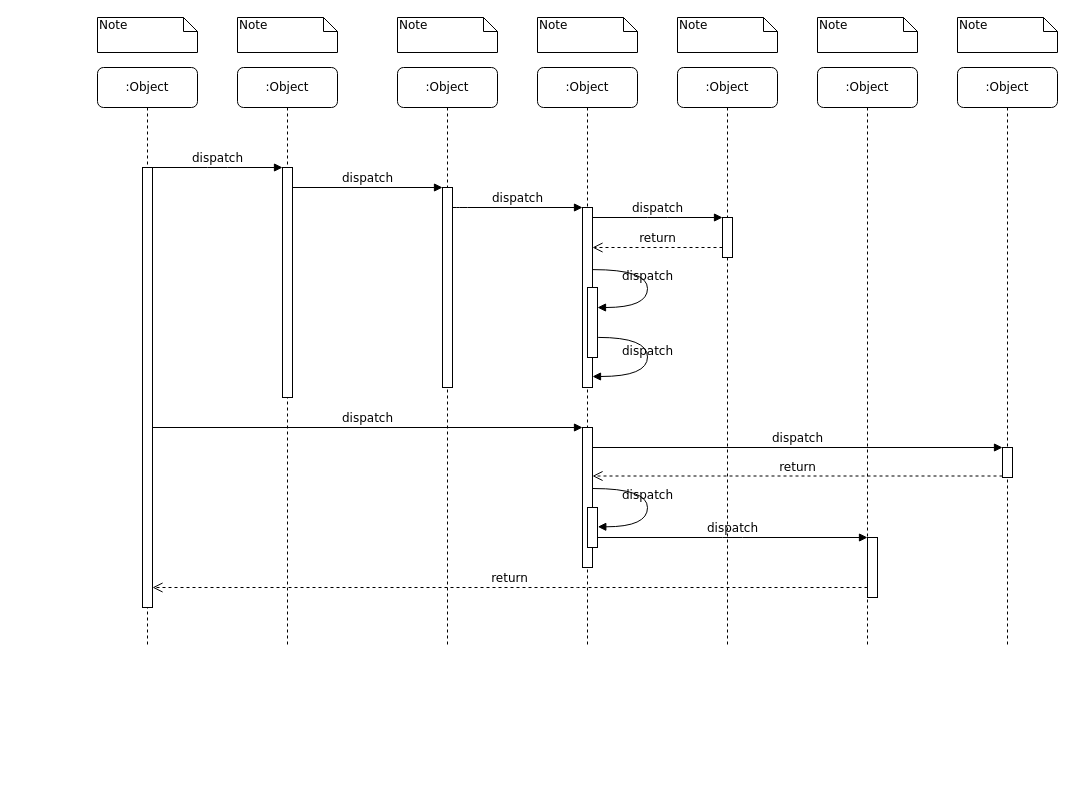
Above: MBIM.drawio in liuhongkang/paper (draw.io), before the change. Source tidied: cells renumbered, new cells numbered last; positions are measured from the earlier drawing's top-left corner, leaving out a move shared by most shapes. Both pictures are drawn from the tidied source at 100%, with x=0, y=0 at pixel (97, 17).
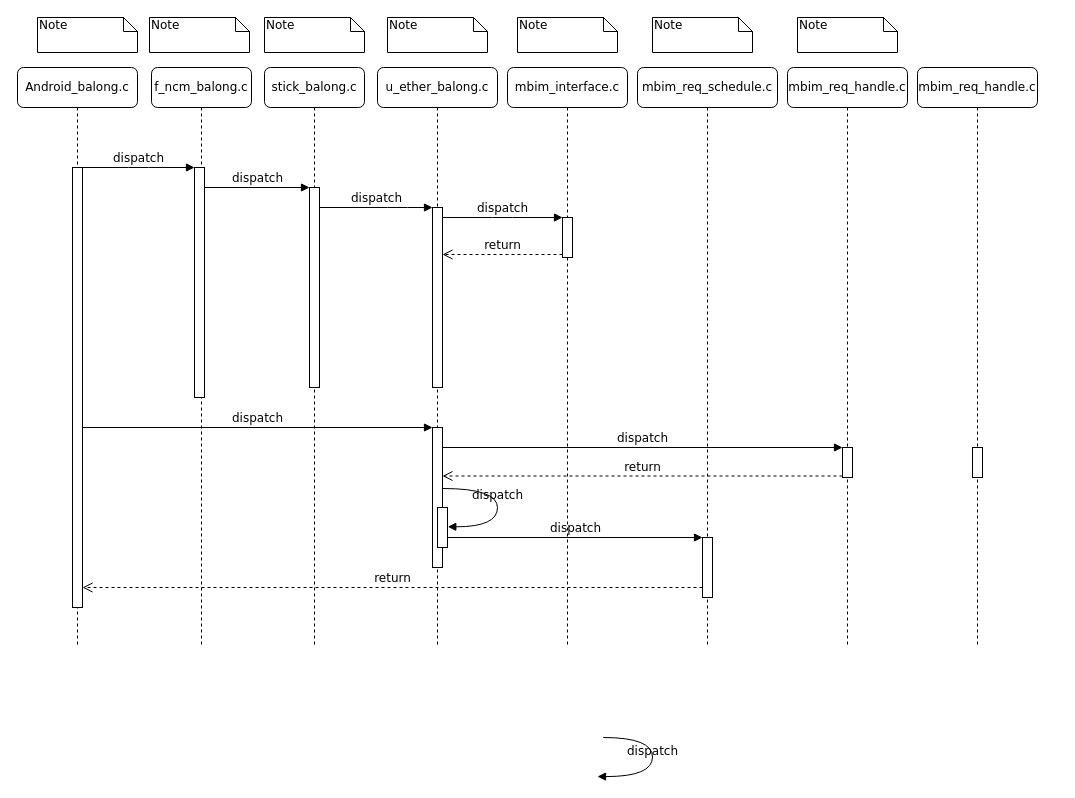
The same diagram, later.

Unchanged cells that the change refers to:
```xml
<mxCell id="5" style="html=1;points=[];perimeter=orthogonalPerimeter;rounded=0;shadow=0;comic=0;labelBackgroundColor=none;strokeWidth=1;fontFamily=Verdana;fontSize=12;align=center;" parent="4" vertex="1">
  <mxGeometry x="45" y="120" width="10" height="200" as="geometry" />
</mxCell>
```

What changed in the source:
```diff
@@
-    <mxCell id="2" value=":Object" style="shape=umlLifeline;perimeter=lifelinePerimeter;whiteSpace=wrap;html=1;rounded=1;shadow=0;comic=0;labelBackgroundColor=none;strokeWidth=1;fontFamily=Verdana;fontSize=12;align=center;" parent="1" vertex="1">
-      <mxGeometry x="140" y="50" width="100" height="580" as="geometry" />
+    <mxCell id="2" value="f_ncm_balong.c" style="shape=umlLifeline;perimeter=lifelinePerimeter;whiteSpace=wrap;html=1;rounded=1;shadow=0;comic=0;labelBackgroundColor=none;strokeWidth=1;fontFamily=Verdana;fontSize=12;align=center;" parent="1" vertex="1">
+      <mxGeometry x="54" y="50" width="100" height="580" as="geometry" />
     </mxCell>
     <mxCell id="3" style="html=1;points=[];perimeter=orthogonalPerimeter;rounded=0;shadow=0;comic=0;labelBackgroundColor=none;strokeWidth=1;fontFamily=Verdana;fontSize=12;align=center;" parent="2" vertex="1">
-      <mxGeometry x="45" y="100" width="10" height="230" as="geometry" />
+      <mxGeometry x="43" y="100" width="10" height="230" as="geometry" />
     </mxCell>
-    <mxCell id="4" value=":Object" style="shape=umlLifeline;perimeter=lifelinePerimeter;whiteSpace=wrap;html=1;rounded=1;shadow=0;comic=0;labelBackgroundColor=none;strokeWidth=1;fontFamily=Verdana;fontSize=12;align=center;" parent="1" vertex="1">
-      <mxGeometry x="300" y="50" width="100" height="580" as="geometry" />
+    <mxCell id="4" value="stick_balong.c" style="shape=umlLifeline;perimeter=lifelinePerimeter;whiteSpace=wrap;html=1;rounded=1;shadow=0;comic=0;labelBackgroundColor=none;strokeWidth=1;fontFamily=Verdana;fontSize=12;align=center;" parent="1" vertex="1">
+      <mxGeometry x="167" y="50" width="100" height="580" as="geometry" />
     </mxCell>
@@
-    <mxCell id="6" value=":Object" style="shape=umlLifeline;perimeter=lifelinePerimeter;whiteSpace=wrap;html=1;rounded=1;shadow=0;comic=0;labelBackgroundColor=none;strokeWidth=1;fontFamily=Verdana;fontSize=12;align=center;" parent="1" vertex="1">
-      <mxGeometry x="440" y="50" width="100" height="580" as="geometry" />
+    <mxCell id="6" value="u_ether_balong.c" style="shape=umlLifeline;perimeter=lifelinePerimeter;whiteSpace=wrap;html=1;rounded=1;shadow=0;comic=0;labelBackgroundColor=none;strokeWidth=1;fontFamily=Verdana;fontSize=12;align=center;" parent="1" vertex="1">
+      <mxGeometry x="280" y="50" width="120" height="580" as="geometry" />
     </mxCell>
-    <mxCell id="7" value=":Object" style="shape=umlLifeline;perimeter=lifelinePerimeter;whiteSpace=wrap;html=1;rounded=1;shadow=0;comic=0;labelBackgroundColor=none;strokeWidth=1;fontFamily=Verdana;fontSize=12;align=center;" parent="1" vertex="1">
-      <mxGeometry x="580" y="50" width="100" height="580" as="geometry" />
+    <mxCell id="7" value="mbim_interface.c" style="shape=umlLifeline;perimeter=lifelinePerimeter;whiteSpace=wrap;html=1;rounded=1;shadow=0;comic=0;labelBackgroundColor=none;strokeWidth=1;fontFamily=Verdana;fontSize=12;align=center;" parent="1" vertex="1">
+      <mxGeometry x="410" y="50" width="120" height="580" as="geometry" />
     </mxCell>
-    <mxCell id="8" value=":Object" style="shape=umlLifeline;perimeter=lifelinePerimeter;whiteSpace=wrap;html=1;rounded=1;shadow=0;comic=0;labelBackgroundColor=none;strokeWidth=1;fontFamily=Verdana;fontSize=12;align=center;" parent="1" vertex="1">
-      <mxGeometry x="720" y="50" width="100" height="580" as="geometry" />
+    <mxCell id="8" value="mbim_req_schedule.c" style="shape=umlLifeline;perimeter=lifelinePerimeter;whiteSpace=wrap;html=1;rounded=1;shadow=0;comic=0;labelBackgroundColor=none;strokeWidth=1;fontFamily=Verdana;fontSize=12;align=center;" parent="1" vertex="1">
+      <mxGeometry x="540" y="50" width="140" height="580" as="geometry" />
     </mxCell>
-    <mxCell id="9" value=":Object" style="shape=umlLifeline;perimeter=lifelinePerimeter;whiteSpace=wrap;html=1;rounded=1;shadow=0;comic=0;labelBackgroundColor=none;strokeWidth=1;fontFamily=Verdana;fontSize=12;align=center;" parent="1" vertex="1">
-      <mxGeometry x="860" y="50" width="100" height="580" as="geometry" />
+    <mxCell id="9" value="mbim_req_handle.c" style="shape=umlLifeline;perimeter=lifelinePerimeter;whiteSpace=wrap;html=1;rounded=1;shadow=0;comic=0;labelBackgroundColor=none;strokeWidth=1;fontFamily=Verdana;fontSize=12;align=center;" parent="1" vertex="1">
+      <mxGeometry x="690" y="50" width="120" height="580" as="geometry" />
     </mxCell>
-    <mxCell id="10" value=":Object" style="shape=umlLifeline;perimeter=lifelinePerimeter;whiteSpace=wrap;html=1;rounded=1;shadow=0;comic=0;labelBackgroundColor=none;strokeWidth=1;fontFamily=Verdana;fontSize=12;align=center;" parent="1" vertex="1">
-      <mxGeometry y="50" width="100" height="580" as="geometry" />
+    <mxCell id="10" value="Android_balong.c" style="shape=umlLifeline;perimeter=lifelinePerimeter;whiteSpace=wrap;html=1;rounded=1;shadow=0;comic=0;labelBackgroundColor=none;strokeWidth=1;fontFamily=Verdana;fontSize=12;align=center;" parent="1" vertex="1">
+      <mxGeometry x="-80" y="50" width="120" height="580" as="geometry" />
     </mxCell>
     <mxCell id="11" style="html=1;points=[];perimeter=orthogonalPerimeter;rounded=0;shadow=0;comic=0;labelBackgroundColor=none;strokeWidth=1;fontFamily=Verdana;fontSize=12;align=center;" parent="10" vertex="1">
-      <mxGeometry x="45" y="100" width="10" height="440" as="geometry" />
+      <mxGeometry x="55" y="100" width="10" height="440" as="geometry" />
     </mxCell>
     <mxCell id="12" style="html=1;points=[];perimeter=orthogonalPerimeter;rounded=0;shadow=0;comic=0;labelBackgroundColor=none;strokeWidth=1;fontFamily=Verdana;fontSize=12;align=center;" parent="1" vertex="1">
-      <mxGeometry x="485" y="190" width="10" height="180" as="geometry" />
+      <mxGeometry x="335" y="190" width="10" height="180" as="geometry" />
     </mxCell>
     <mxCell id="13" value="dispatch" style="html=1;verticalAlign=bottom;endArrow=block;labelBackgroundColor=none;fontFamily=Verdana;fontSize=12;edgeStyle=elbowEdgeStyle;elbow=vertical;" parent="1" edge="1" source="5" target="12">
       <mxGeometry relative="1" as="geometry">
         <Array as="points">
-          <mxPoint x="360" y="190" />
+          <mxPoint x="300" y="190" />
         </Array>
       </mxGeometry>
     </mxCell>
     <mxCell id="14" style="html=1;points=[];perimeter=orthogonalPerimeter;rounded=0;shadow=0;comic=0;labelBackgroundColor=none;strokeWidth=1;fontFamily=Verdana;fontSize=12;align=center;" parent="1" vertex="1">
-      <mxGeometry x="625" y="200" width="10" height="40" as="geometry" />
+      <mxGeometry x="465" y="200" width="10" height="40" as="geometry" />
     </mxCell>
@@
-    <mxCell id="16" value="return" style="html=1;verticalAlign=bottom;endArrow=open;dashed=1;endSize=8;labelBackgroundColor=none;fontFamily=Verdana;fontSize=12;edgeStyle=elbowEdgeStyle;elbow=vertical;" parent="1" edge="1" source="14" target="12">
+    <mxCell id="16" value="return" style="html=1;verticalAlign=bottom;endArrow=open;dashed=1;endSize=8;labelBackgroundColor=none;fontFamily=Verdana;fontSize=12;edgeStyle=elbowEdgeStyle;elbow=vertical;exitX=0;exitY=0.925;exitDx=0;exitDy=0;exitPerimeter=0;" parent="1" edge="1" source="14" target="12">
       <mxGeometry relative="1" as="geometry">
         <Array as="points">
-          <mxPoint x="570" y="230" />
-          <mxPoint x="600" y="230" />
+          <mxPoint x="400" y="237" />
+          <mxPoint x="410" y="226" />
+          <mxPoint x="510" y="230" />
+          <mxPoint x="540" y="230" />
         </Array>
       </mxGeometry>
     </mxCell>
     <mxCell id="17" style="html=1;points=[];perimeter=orthogonalPerimeter;rounded=0;shadow=0;comic=0;labelBackgroundColor=none;strokeWidth=1;fontFamily=Verdana;fontSize=12;align=center;" parent="1" vertex="1">
-      <mxGeometry x="485" y="410" width="10" height="140" as="geometry" />
+      <mxGeometry x="335" y="410" width="10" height="140" as="geometry" />
     </mxCell>
@@
     <mxCell id="19" style="html=1;points=[];perimeter=orthogonalPerimeter;rounded=0;shadow=0;comic=0;labelBackgroundColor=none;strokeColor=#000000;strokeWidth=1;fillColor=#FFFFFF;fontFamily=Verdana;fontSize=12;fontColor=#000000;align=center;" parent="1" vertex="1">
-      <mxGeometry x="905" y="430" width="10" height="30" as="geometry" />
+      <mxGeometry x="745" y="430" width="10" height="30" as="geometry" />
     </mxCell>
@@
     <mxCell id="22" style="html=1;points=[];perimeter=orthogonalPerimeter;rounded=0;shadow=0;comic=0;labelBackgroundColor=none;strokeWidth=1;fontFamily=Verdana;fontSize=12;align=center;" parent="1" vertex="1">
-      <mxGeometry x="770" y="520" width="10" height="60" as="geometry" />
+      <mxGeometry x="605" y="520" width="10" height="60" as="geometry" />
     </mxCell>
@@
     <mxCell id="24" value="return" style="html=1;verticalAlign=bottom;endArrow=open;dashed=1;endSize=8;labelBackgroundColor=none;fontFamily=Verdana;fontSize=12;edgeStyle=elbowEdgeStyle;elbow=vertical;" parent="1" edge="1" source="22" target="11">
       <mxGeometry relative="1" as="geometry">
         <Array as="points">
-          <mxPoint x="470" y="570" />
+          <mxPoint x="410" y="570" />
         </Array>
       </mxGeometry>
     </mxCell>
@@
-    <mxCell id="27" style="html=1;points=[];perimeter=orthogonalPerimeter;rounded=0;shadow=0;comic=0;labelBackgroundColor=none;strokeWidth=1;fontFamily=Verdana;fontSize=12;align=center;" parent="1" vertex="1">
-      <mxGeometry x="490" y="270" width="10" height="70" as="geometry" />
-    </mxCell>
-    <mxCell id="28" value="dispatch" style="html=1;verticalAlign=bottom;endArrow=block;labelBackgroundColor=none;fontFamily=Verdana;fontSize=12;elbow=vertical;edgeStyle=orthogonalEdgeStyle;curved=1;entryX=1;entryY=0.286;entryPerimeter=0;exitX=1.038;exitY=0.345;exitPerimeter=0;" parent="1" edge="1" source="12" target="27">
-      <mxGeometry relative="1" as="geometry">
-        <Array as="points">
-          <mxPoint x="550" y="252" />
-          <mxPoint x="550" y="290" />
-        </Array>
-      </mxGeometry>
-    </mxCell>
-    <mxCell id="29" value="dispatch" style="html=1;verticalAlign=bottom;endArrow=block;labelBackgroundColor=none;fontFamily=Verdana;fontSize=12;elbow=vertical;edgeStyle=orthogonalEdgeStyle;curved=1;exitX=1.066;exitY=0.713;exitPerimeter=0;" parent="1" edge="1" source="27">
-      <mxGeometry relative="1" as="geometry">
-        <mxPoint x="495" y="359" as="targetPoint" />
-        <Array as="points">
-          <mxPoint x="550" y="320" />
-          <mxPoint x="550" y="359" />
-        </Array>
-      </mxGeometry>
-    </mxCell>
     <mxCell id="30" style="html=1;points=[];perimeter=orthogonalPerimeter;rounded=0;shadow=0;comic=0;labelBackgroundColor=none;strokeWidth=1;fontFamily=Verdana;fontSize=12;align=center;" parent="1" vertex="1">
-      <mxGeometry x="490" y="490" width="10" height="40" as="geometry" />
+      <mxGeometry x="340" y="490" width="10" height="40" as="geometry" />
     </mxCell>
     <mxCell id="31" value="dispatch" style="html=1;verticalAlign=bottom;endArrow=block;labelBackgroundColor=none;fontFamily=Verdana;fontSize=12;elbow=vertical;edgeStyle=orthogonalEdgeStyle;curved=1;entryX=1;entryY=0.286;entryPerimeter=0;exitX=1.038;exitY=0.345;exitPerimeter=0;" parent="1" edge="1">
       <mxGeometry relative="1" as="geometry">
-        <mxPoint x="495.3" y="471" as="sourcePoint" />
-        <mxPoint x="500.3" y="509.3" as="targetPoint" />
+        <mxPoint x="345.3" y="471" as="sourcePoint" />
+        <mxPoint x="350.3" y="509.3" as="targetPoint" />
         <Array as="points">
-          <mxPoint x="550" y="471" />
-          <mxPoint x="550" y="509" />
+          <mxPoint x="400" y="471" />
+          <mxPoint x="400" y="509" />
         </Array>
       </mxGeometry>
     </mxCell>
     <mxCell id="32" value="Note" style="shape=note;whiteSpace=wrap;html=1;size=14;verticalAlign=top;align=left;spacingTop=-6;rounded=0;shadow=0;comic=0;labelBackgroundColor=none;strokeWidth=1;fontFamily=Verdana;fontSize=12;" parent="1" vertex="1">
-      <mxGeometry width="100" height="35" as="geometry" />
+      <mxGeometry x="-60" width="100" height="35" as="geometry" />
     </mxCell>
     <mxCell id="33" value="Note" style="shape=note;whiteSpace=wrap;html=1;size=14;verticalAlign=top;align=left;spacingTop=-6;rounded=0;shadow=0;comic=0;labelBackgroundColor=none;strokeWidth=1;fontFamily=Verdana;fontSize=12;" parent="1" vertex="1">
-      <mxGeometry x="140" width="100" height="35" as="geometry" />
+      <mxGeometry x="52" width="100" height="35" as="geometry" />
     </mxCell>
     <mxCell id="34" value="Note" style="shape=note;whiteSpace=wrap;html=1;size=14;verticalAlign=top;align=left;spacingTop=-6;rounded=0;shadow=0;comic=0;labelBackgroundColor=none;strokeWidth=1;fontFamily=Verdana;fontSize=12;" parent="1" vertex="1">
-      <mxGeometry x="300" width="100" height="35" as="geometry" />
+      <mxGeometry x="167" width="100" height="35" as="geometry" />
     </mxCell>
     <mxCell id="35" value="Note" style="shape=note;whiteSpace=wrap;html=1;size=14;verticalAlign=top;align=left;spacingTop=-6;rounded=0;shadow=0;comic=0;labelBackgroundColor=none;strokeWidth=1;fontFamily=Verdana;fontSize=12;" parent="1" vertex="1">
-      <mxGeometry x="440" width="100" height="35" as="geometry" />
+      <mxGeometry x="290" width="100" height="35" as="geometry" />
     </mxCell>
     <mxCell id="36" value="Note" style="shape=note;whiteSpace=wrap;html=1;size=14;verticalAlign=top;align=left;spacingTop=-6;rounded=0;shadow=0;comic=0;labelBackgroundColor=none;strokeWidth=1;fontFamily=Verdana;fontSize=12;" parent="1" vertex="1">
-      <mxGeometry x="580" width="100" height="35" as="geometry" />
+      <mxGeometry x="420" width="100" height="35" as="geometry" />
     </mxCell>
     <mxCell id="37" value="Note" style="shape=note;whiteSpace=wrap;html=1;size=14;verticalAlign=top;align=left;spacingTop=-6;rounded=0;shadow=0;comic=0;labelBackgroundColor=none;strokeWidth=1;fontFamily=Verdana;fontSize=12;" parent="1" vertex="1">
-      <mxGeometry x="720" width="100" height="35" as="geometry" />
+      <mxGeometry x="555" width="100" height="35" as="geometry" />
     </mxCell>
     <mxCell id="38" value="Note" style="shape=note;whiteSpace=wrap;html=1;size=14;verticalAlign=top;align=left;spacingTop=-6;rounded=0;shadow=0;comic=0;labelBackgroundColor=none;strokeWidth=1;fontFamily=Verdana;fontSize=12;" parent="1" vertex="1">
-      <mxGeometry x="860" width="100" height="35" as="geometry" />
+      <mxGeometry x="700" width="100" height="35" as="geometry" />
     </mxCell>
+    <mxCell id="29" value="dispatch" style="html=1;verticalAlign=bottom;endArrow=block;labelBackgroundColor=none;fontFamily=Verdana;fontSize=12;elbow=vertical;edgeStyle=orthogonalEdgeStyle;curved=1;exitX=1.066;exitY=0.713;exitPerimeter=0;" parent="1" edge="1">
+      <mxGeometry relative="1" as="geometry">
+        <mxPoint x="505.7" y="720" as="sourcePoint" />
+        <mxPoint x="500" y="759.1" as="targetPoint" />
+        <Array as="points">
+          <mxPoint x="555" y="720.1" />
+          <mxPoint x="555" y="759.1" />
+        </Array>
+      </mxGeometry>
+    </mxCell>
+    <mxCell id="39" value="mbim_req_handle.c" style="shape=umlLifeline;perimeter=lifelinePerimeter;whiteSpace=wrap;html=1;rounded=1;shadow=0;comic=0;labelBackgroundColor=none;strokeWidth=1;fontFamily=Verdana;fontSize=12;align=center;" parent="1" vertex="1">
+      <mxGeometry x="820" y="50" width="120" height="580" as="geometry" />
+    </mxCell>
+    <mxCell id="40" style="html=1;perimeter=orthogonalPerimeter;rounded=0;shadow=0;comic=0;labelBackgroundColor=none;strokeColor=#000000;strokeWidth=1;fillColor=#FFFFFF;fontFamily=Verdana;fontSize=12;fontColor=#000000;align=center;" parent="1" vertex="1">
+      <mxGeometry x="875" y="430" width="10" height="30" as="geometry" />
+    </mxCell>
```
